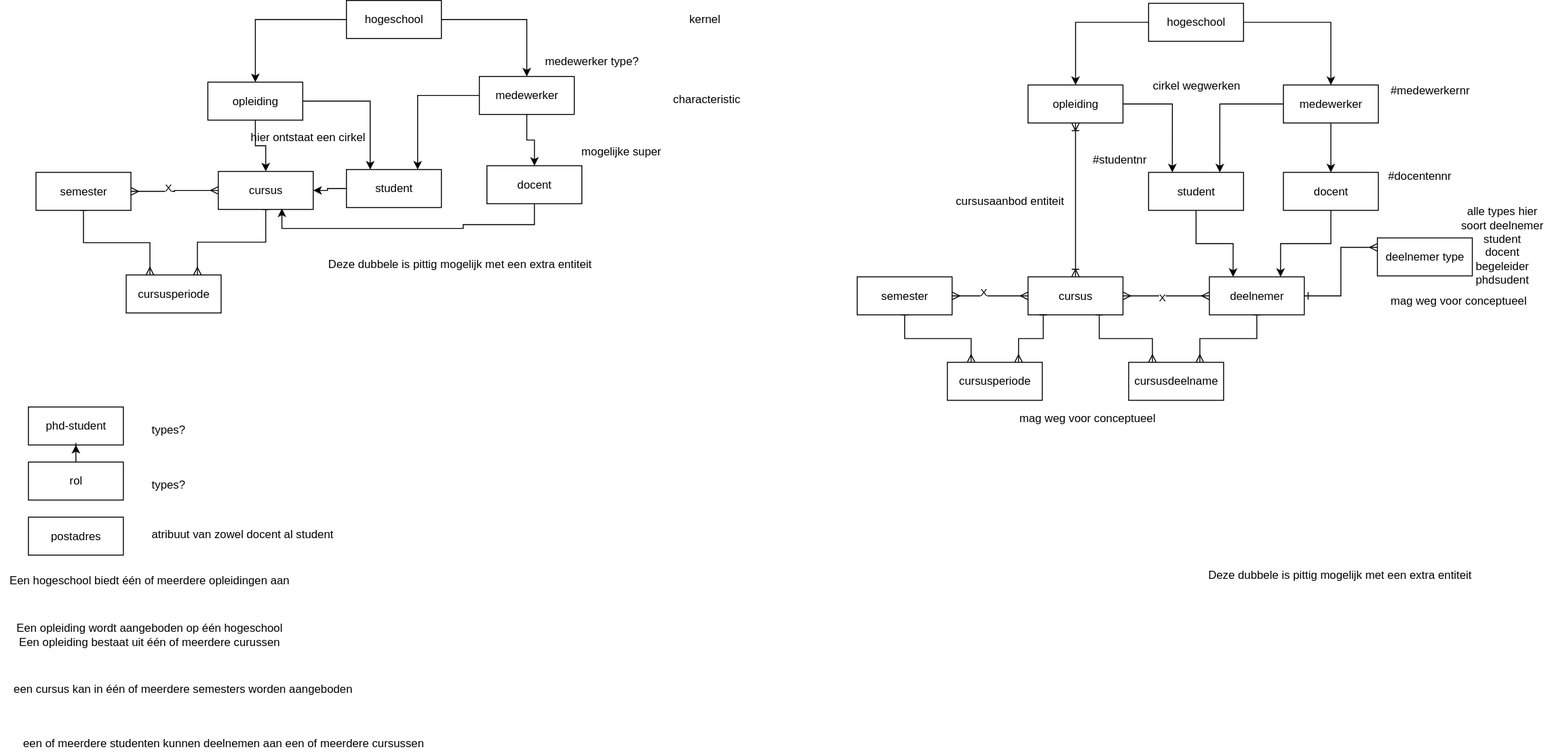
Jterveld/draw.io-modellen keeps this draw.io diagram as oefenen met schoolsystemen.svg. Above is the earlier version. Source tidied: cells renumbered, new cells last; positions are measured from the earlier drawing's top-left corner, leaving out a move shared by most shapes.
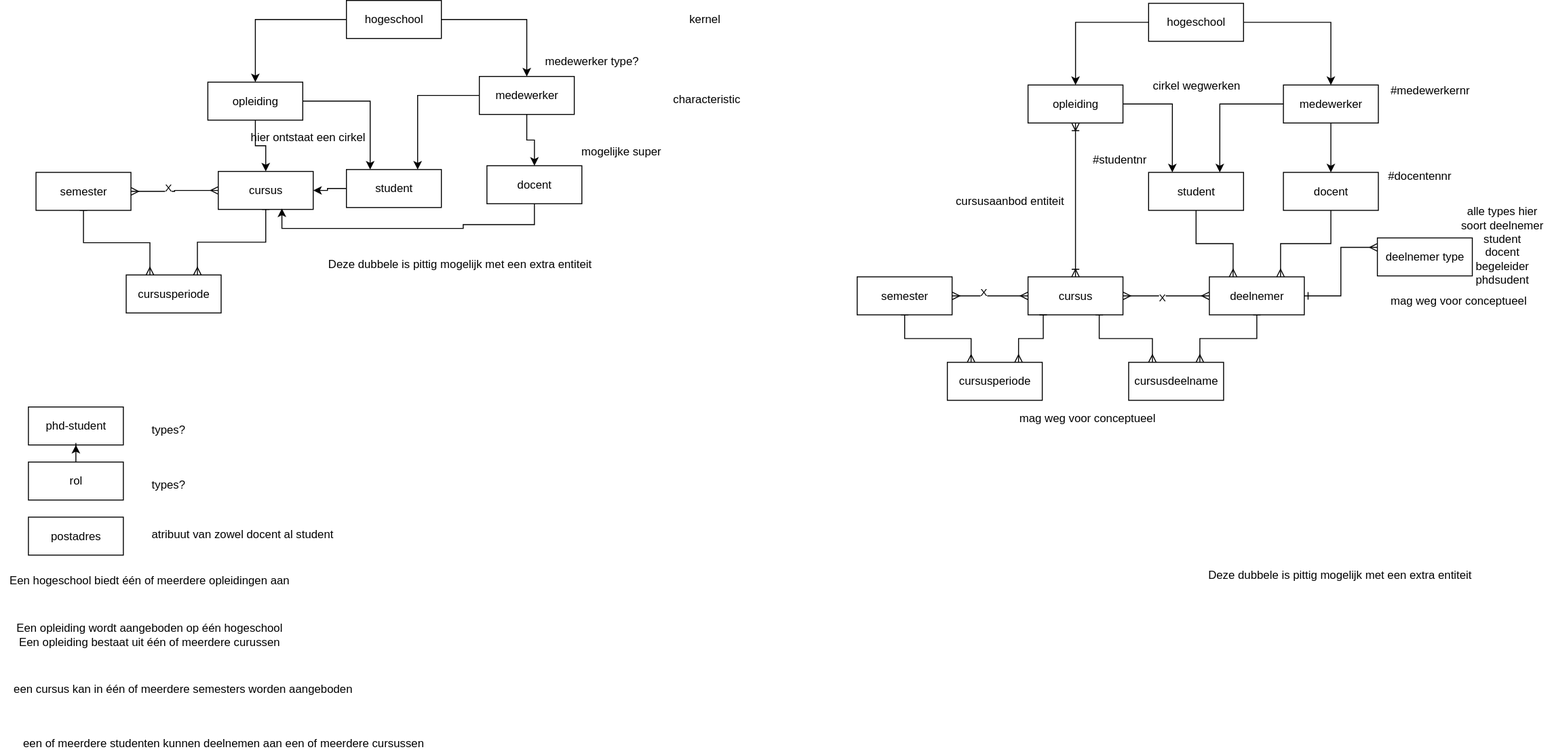
Later version of the same file.

The edit, as a diff of the source:
```diff
@@ -159,7 +159,7 @@
     <mxCell id="51" value="hogeschool" style="whiteSpace=wrap;html=1;align=center;" parent="1" vertex="1">
       <mxGeometry x="1210" y="3" width="100" height="40" as="geometry" />
     </mxCell>
-    <mxCell id="52" style="edgeStyle=orthogonalEdgeStyle;rounded=0;jettySize=auto;html=1;entryX=0.25;entryY=0;entryDx=0;entryDy=0;" parent="1" edge="1" source="53" target="45">
+    <mxCell id="52" style="edgeStyle=orthogonalEdgeStyle;rounded=0;jettySize=auto;html=1;entryX=0.25;entryY=0;entryDx=0;entryDy=0;endArrow=ERmany;endFill=0;" parent="1" edge="1" source="53" target="45">
       <mxGeometry relative="1" as="geometry" />
     </mxCell>
     <mxCell id="53" value="student" style="whiteSpace=wrap;html=1;align=center;" parent="1" vertex="1">
@@ -174,7 +174,7 @@
     <mxCell id="56" style="edgeStyle=orthogonalEdgeStyle;rounded=0;jettySize=auto;html=1;entryX=0.75;entryY=0;entryDx=0;entryDy=0;endArrow=ERmany;endFill=0;startArrow=baseDash;startFill=0;exitX=0.16;exitY=1;exitDx=0;exitDy=0;exitPerimeter=0;" parent="1" edge="1" source="42" target="63">
       <mxGeometry relative="1" as="geometry" />
     </mxCell>
-    <mxCell id="57" style="edgeStyle=orthogonalEdgeStyle;rounded=0;jettySize=auto;html=1;entryX=0.75;entryY=0;entryDx=0;entryDy=0;" parent="1" edge="1" source="58" target="45">
+    <mxCell id="57" style="edgeStyle=orthogonalEdgeStyle;rounded=0;jettySize=auto;html=1;entryX=0.75;entryY=0;entryDx=0;entryDy=0;endArrow=ERmany;endFill=0;" parent="1" edge="1" source="58" target="45">
       <mxGeometry relative="1" as="geometry" />
     </mxCell>
     <mxCell id="58" value="docent" style="whiteSpace=wrap;html=1;align=center;" parent="1" vertex="1">
```
